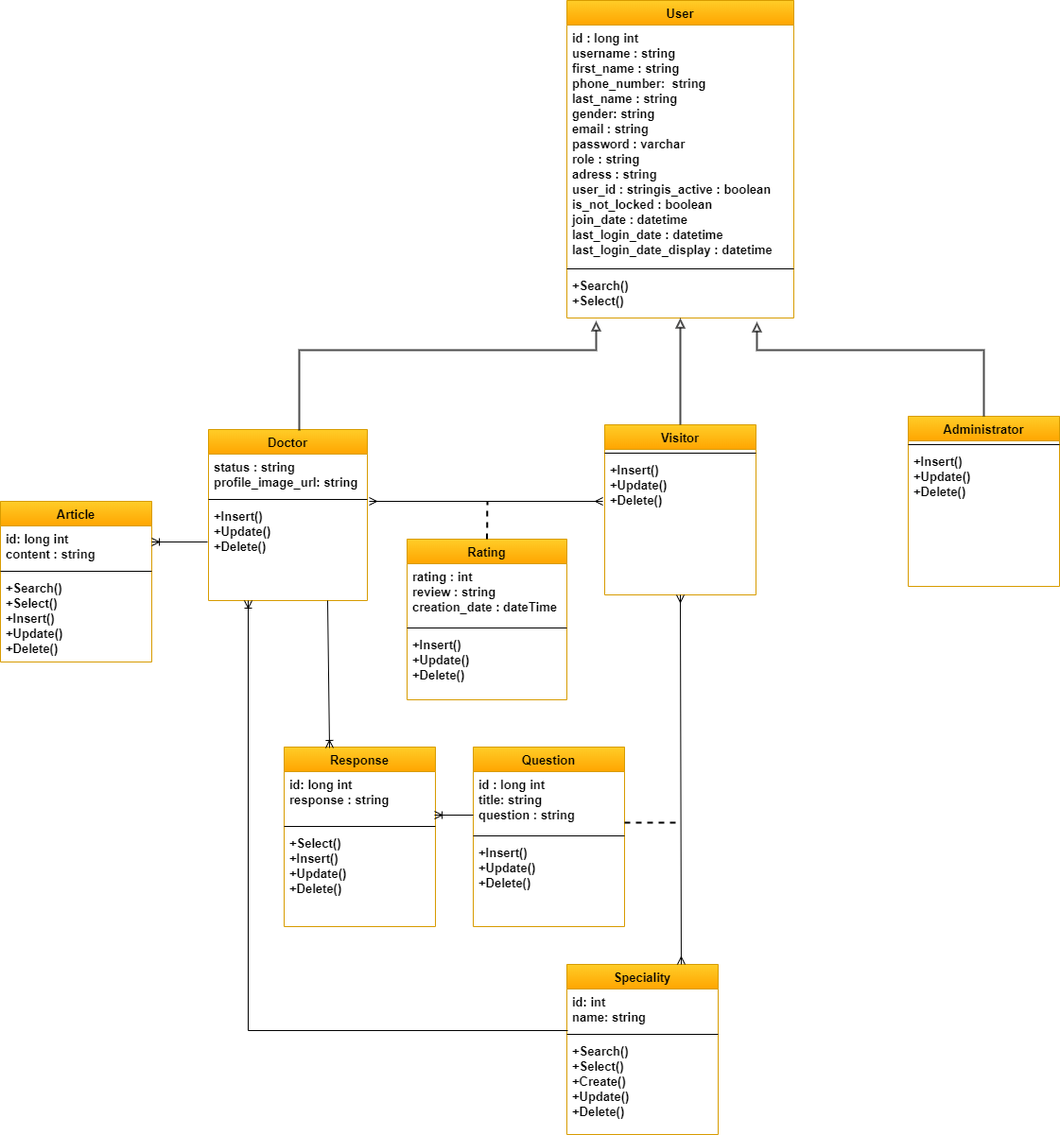
The draw.io diagram demo/diagramme de classe global.png in ChagweyHaifa/e-health-app-angular-spring-boot, before a commit. Source tidied: cells renumbered, new cells last; positions are measured from the earlier drawing's top-left corner, leaving out a move shared by most shapes.
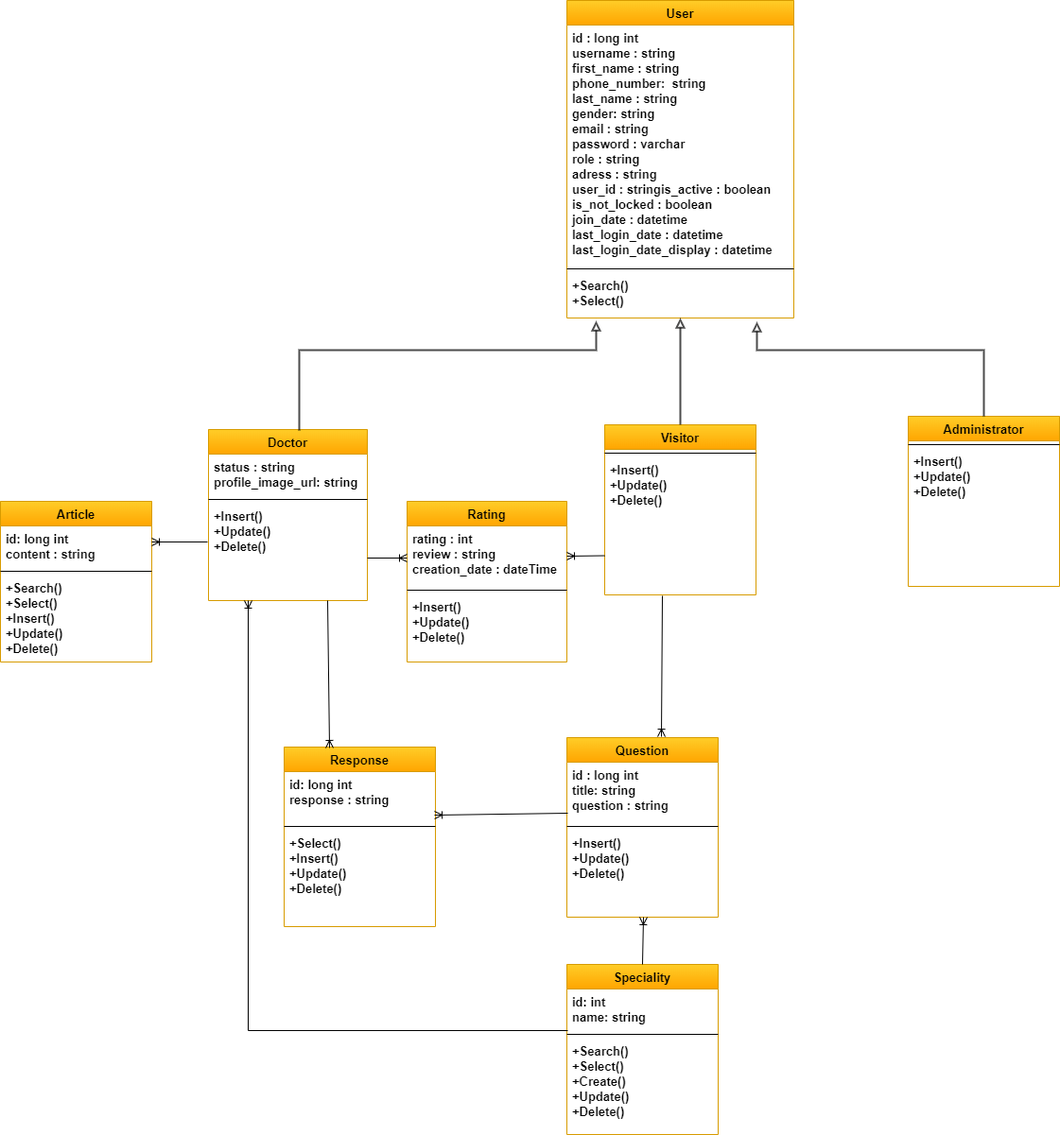
Later version of the same file.

The edit, as a diff of the source:
```diff
@@ -69,7 +69,7 @@
       </mxGeometry>
     </mxCell>
     <mxCell id="22" value="Rating" style="swimlane;fontStyle=1;align=center;verticalAlign=top;horizontal=1;startSize=26;rounded=0;shadow=0;strokeWidth=1;fillColor=#ffcd28;strokeColor=#d79b00;fontSize=13;gradientColor=#ffa500;" parent="1" vertex="1">
-      <mxGeometry x="430" y="570" width="169" height="170" as="geometry" />
+      <mxGeometry x="430" y="530" width="169" height="170" as="geometry" />
     </mxCell>
     <mxCell id="23" value="rating : int&#10;review : string&#10;creation_date : dateTime" style="text;align=left;verticalAlign=top;spacingLeft=4;spacingRight=4;overflow=hidden;points=[[0,0.5],[1,0.5]];portConstraint=eastwest;fontSize=13;fontStyle=1;" parent="22" vertex="1">
       <mxGeometry y="26" width="169" height="64" as="geometry" />
@@ -81,7 +81,7 @@
       <mxGeometry y="98" width="169" height="72" as="geometry" />
     </mxCell>
     <mxCell id="26" value="Question" style="swimlane;fontStyle=1;align=center;verticalAlign=top;horizontal=1;startSize=26;rounded=0;shadow=0;strokeWidth=1;fillColor=#ffcd28;strokeColor=#d79b00;fontSize=13;gradientColor=#ffa500;" parent="1" vertex="1">
-      <mxGeometry x="500" y="790" width="160" height="190" as="geometry" />
+      <mxGeometry x="599" y="780" width="160" height="190" as="geometry" />
     </mxCell>
     <mxCell id="27" value="id : long int&#10;title: string&#10;question : string" style="text;align=left;verticalAlign=top;spacingLeft=4;spacingRight=4;overflow=hidden;points=[[0,0.5],[1,0.5]];portConstraint=eastwest;fontSize=13;fontStyle=1;" parent="26" vertex="1">
       <mxGeometry y="26" width="160" height="64" as="geometry" />
@@ -124,24 +124,6 @@
         </Array>
       </mxGeometry>
     </mxCell>
-    <mxCell id="39" style="fontSize=12;html=1;endArrow=ERmany;startArrow=ERmany;rounded=0;exitX=-0.012;exitY=0.758;exitDx=0;exitDy=0;exitPerimeter=0;" parent="1" edge="1" source="36">
-      <mxGeometry relative="1" as="geometry">
-        <mxPoint x="390" y="530" as="targetPoint" />
-      </mxGeometry>
-    </mxCell>
-    <mxCell id="40" style="endArrow=none;dashed=1;html=1;rounded=0;strokeWidth=2;fontSize=13;exitX=0.5;exitY=0;exitDx=0;exitDy=0;" parent="1" edge="1" source="22">
-      <mxGeometry relative="1" as="geometry">
-        <mxPoint x="515" y="530" as="targetPoint" />
-      </mxGeometry>
-    </mxCell>
-    <mxCell id="41" style="fontSize=12;html=1;endArrow=ERmany;startArrow=ERmany;rounded=0;exitX=0.5;exitY=1;exitDx=0;exitDy=0;entryX=0.756;entryY=0;entryDx=0;entryDy=0;entryPerimeter=0;" parent="1" edge="1" source="34" target="10">
-      <mxGeometry relative="1" as="geometry" />
-    </mxCell>
-    <mxCell id="42" style="endArrow=none;dashed=1;html=1;rounded=0;strokeWidth=2;fontSize=13;exitX=1;exitY=0.844;exitDx=0;exitDy=0;exitPerimeter=0;" parent="1" edge="1" source="27">
-      <mxGeometry relative="1" as="geometry">
-        <mxPoint x="720" y="870" as="targetPoint" />
-      </mxGeometry>
-    </mxCell>
     <mxCell id="43" style="fontSize=12;html=1;endArrow=ERoneToMany;rounded=0;strokeWidth=1;elbow=vertical;exitX=-0.006;exitY=0.788;exitDx=0;exitDy=0;exitPerimeter=0;" parent="1" edge="1" source="9">
       <mxGeometry relative="1" as="geometry">
         <mxPoint x="160" y="573" as="targetPoint" />
@@ -157,11 +139,32 @@
     </mxCell>
     <mxCell id="45" style="fontSize=12;html=1;endArrow=ERoneToMany;rounded=0;strokeWidth=1;elbow=vertical;entryX=0.994;entryY=0.852;entryDx=0;entryDy=0;entryPerimeter=0;" parent="1" edge="1" target="31">
       <mxGeometry relative="1" as="geometry">
-        <mxPoint x="500" y="862" as="sourcePoint" />
+        <mxPoint x="600" y="860" as="sourcePoint" />
       </mxGeometry>
     </mxCell>
     <mxCell id="46" style="fontSize=12;html=1;endArrow=ERoneToMany;rounded=0;strokeWidth=1;elbow=vertical;entryX=0.3;entryY=0.005;entryDx=0;entryDy=0;entryPerimeter=0;exitX=0.75;exitY=1;exitDx=0;exitDy=0;" parent="1" edge="1" source="6" target="30">
       <mxGeometry relative="1" as="geometry" />
     </mxCell>
+    <mxCell id="47" style="fontSize=12;html=1;endArrow=ERoneToMany;rounded=0;entryX=0.625;entryY=-0.005;entryDx=0;entryDy=0;entryPerimeter=0;" parent="1" edge="1" target="26">
+      <mxGeometry relative="1" as="geometry">
+        <mxPoint x="700" y="630" as="sourcePoint" />
+      </mxGeometry>
+    </mxCell>
+    <mxCell id="48" style="fontSize=12;html=1;endArrow=ERoneToMany;rounded=0;exitX=0.5;exitY=0;exitDx=0;exitDy=0;" parent="1" edge="1" source="10">
+      <mxGeometry relative="1" as="geometry">
+        <mxPoint x="680" y="970" as="targetPoint" />
+      </mxGeometry>
+    </mxCell>
+    <mxCell id="49" style="fontSize=12;html=1;endArrow=ERoneToMany;rounded=0;" parent="1" edge="1">
+      <mxGeometry relative="1" as="geometry">
+        <mxPoint x="388" y="590" as="sourcePoint" />
+        <mxPoint x="430" y="590" as="targetPoint" />
+      </mxGeometry>
+    </mxCell>
+    <mxCell id="50" style="fontSize=12;html=1;endArrow=ERoneToMany;rounded=0;entryX=1;entryY=0.5;entryDx=0;entryDy=0;" parent="1" edge="1" target="23">
+      <mxGeometry relative="1" as="geometry">
+        <mxPoint x="639" y="587.5" as="sourcePoint" />
+      </mxGeometry>
+    </mxCell>
   </root>
 </mxGraphModel>
```
